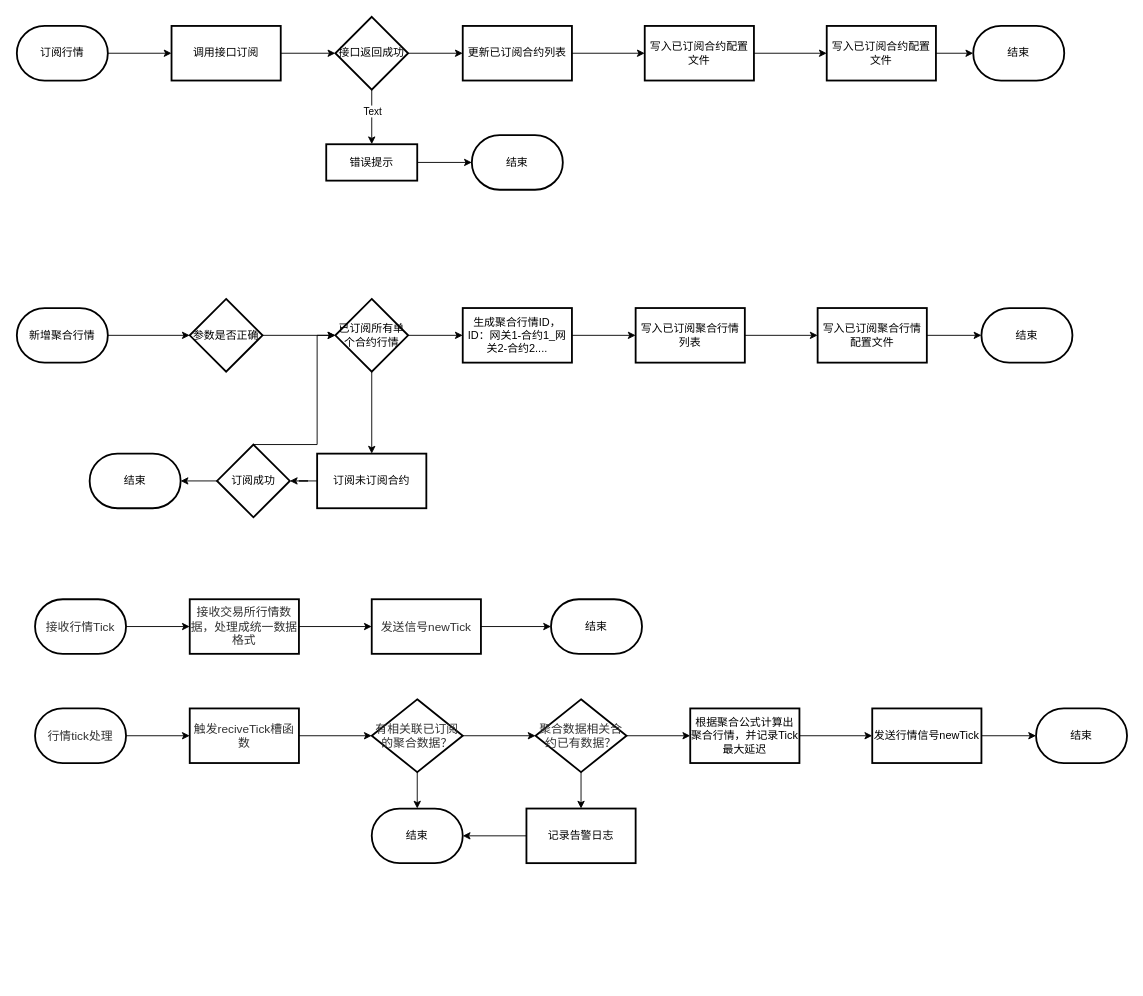
githubLogger/ProjectDocument keeps this draw.io diagram as Untitled Diagram.drawio. Above is the earlier version. Source tidied: cells renumbered, new cells numbered last; positions are measured from the earlier drawing's top-left corner, leaving out a move shared by most shapes. Both pictures are drawn from the tidied source at 91%, with x=0, y=0 at pixel (16, 16).
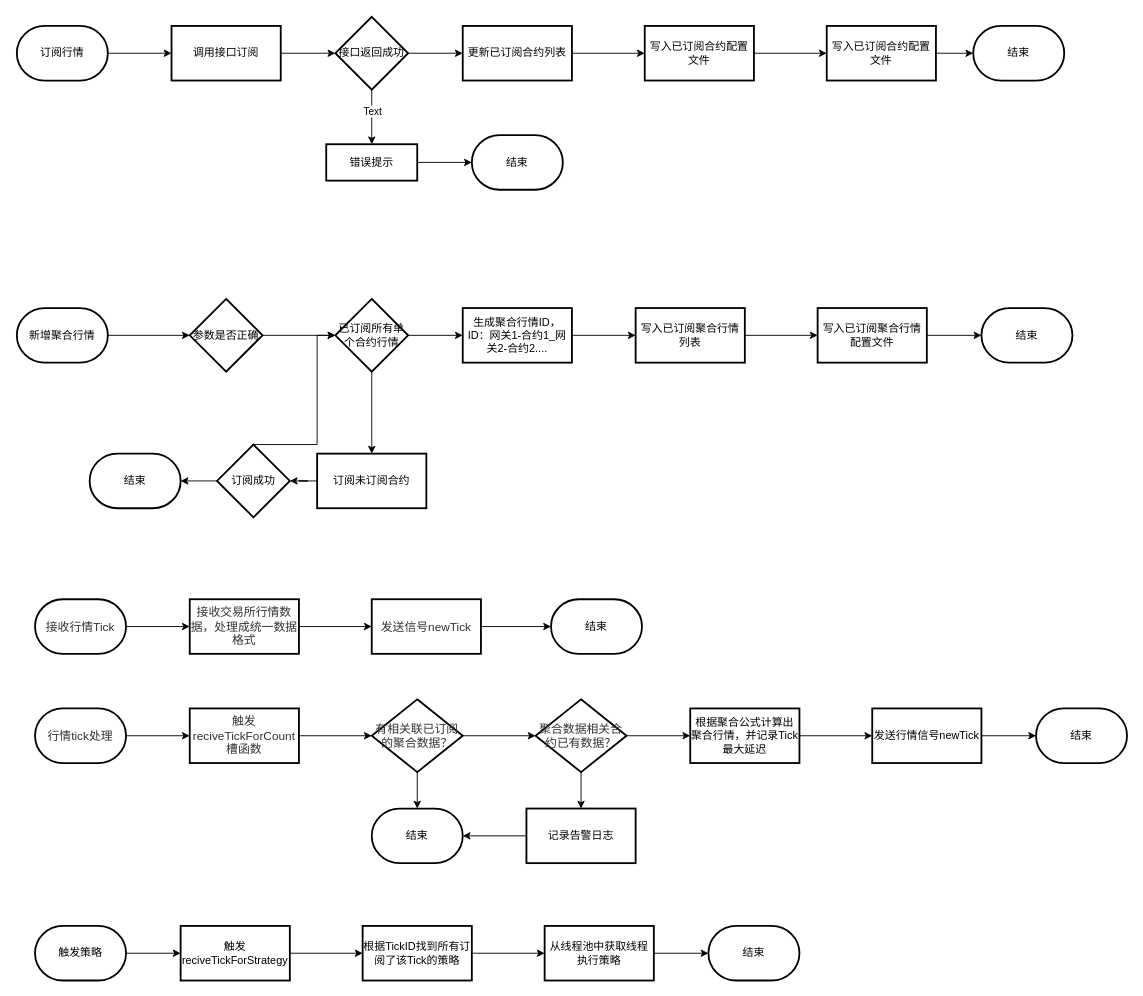
After the change.

Diff of the diagram source:
```diff
@@
-    <mxCell id="48" value="&lt;span style=&quot;color: rgb(50 , 50 , 50) ; font-family: &amp;#34;arial&amp;#34; ; font-size: 13px ; background-color: rgba(255 , 255 , 255 , 0.01)&quot;&gt;触发reciveTick槽函数&lt;/span&gt;" style="whiteSpace=wrap;html=1;strokeWidth=2;" parent="1" vertex="1">
+    <mxCell id="48" value="&lt;span style=&quot;color: rgb(50 , 50 , 50) ; font-family: &amp;#34;arial&amp;#34; ; font-size: 13px ; background-color: rgba(255 , 255 , 255 , 0.01)&quot;&gt;触发reciveTickForCount槽函数&lt;/span&gt;" style="whiteSpace=wrap;html=1;strokeWidth=2;" parent="1" vertex="1">
       <mxGeometry x="190" y="760" width="120" height="60" as="geometry" />
     </mxCell>
@@
+    <mxCell id="65" style="edgeStyle=orthogonalEdgeStyle;rounded=0;jettySize=auto;html=1;" parent="1" edge="1" source="66" target="68">
+      <mxGeometry relative="1" as="geometry" />
+    </mxCell>
+    <mxCell id="66" value="触发策略" style="strokeWidth=2;html=1;shape=mxgraph.flowchart.terminator;whiteSpace=wrap;" parent="1" vertex="1">
+      <mxGeometry x="20" y="999" width="100" height="60" as="geometry" />
+    </mxCell>
+    <mxCell id="67" style="edgeStyle=orthogonalEdgeStyle;rounded=0;jettySize=auto;html=1;" parent="1" edge="1" source="68" target="70">
+      <mxGeometry relative="1" as="geometry" />
+    </mxCell>
+    <mxCell id="68" value="触发reciveTickForStrategy" style="whiteSpace=wrap;html=1;strokeWidth=2;" parent="1" vertex="1">
+      <mxGeometry x="180" y="999" width="120" height="60" as="geometry" />
+    </mxCell>
+    <mxCell id="69" style="edgeStyle=orthogonalEdgeStyle;rounded=0;jettySize=auto;html=1;" parent="1" edge="1" source="70" target="72">
+      <mxGeometry relative="1" as="geometry" />
+    </mxCell>
+    <mxCell id="70" value="根据TickID找到所有订阅了该Tick的策略" style="whiteSpace=wrap;html=1;strokeWidth=2;" parent="1" vertex="1">
+      <mxGeometry x="380" y="999" width="120" height="60" as="geometry" />
+    </mxCell>
+    <mxCell id="71" style="edgeStyle=orthogonalEdgeStyle;rounded=0;jettySize=auto;html=1;" parent="1" edge="1" source="72" target="73">
+      <mxGeometry relative="1" as="geometry" />
+    </mxCell>
+    <mxCell id="72" value="从线程池中获取线程执行策略" style="whiteSpace=wrap;html=1;strokeWidth=2;" parent="1" vertex="1">
+      <mxGeometry x="580" y="999" width="120" height="60" as="geometry" />
+    </mxCell>
+    <mxCell id="73" value="结束" style="strokeWidth=2;html=1;shape=mxgraph.flowchart.terminator;whiteSpace=wrap;" parent="1" vertex="1">
+      <mxGeometry x="760" y="999" width="100" height="60" as="geometry" />
+    </mxCell>
```
